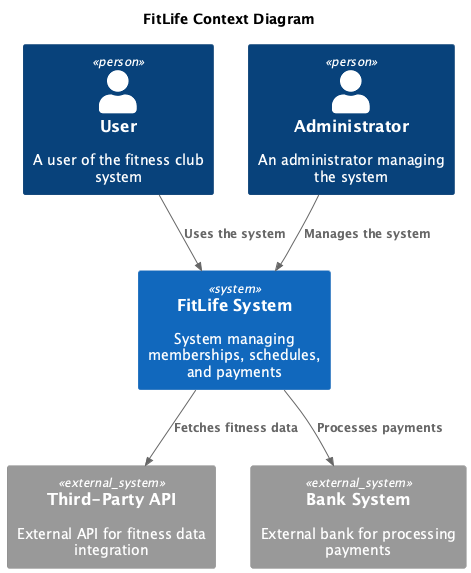
The PlantUML diagram diagrams/context/FitLife_Context.png in olegkudrin/c4-demo, before a commit.
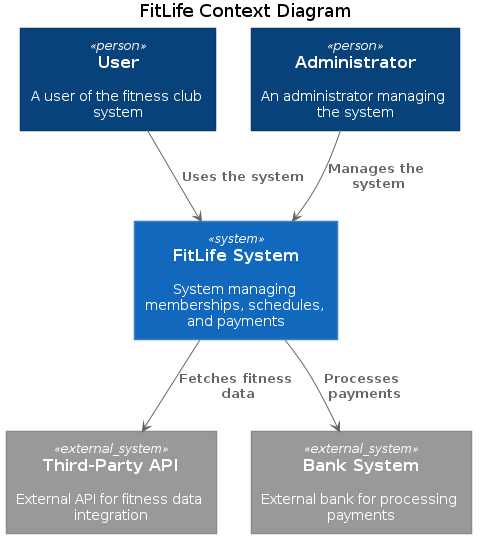
The same file after the commit.

Change to the diagram source:
```diff
@@ -3,18 +3,124 @@
 
 top to bottom direction
 
-!include https://raw.githubusercontent.com/RicardoNiepel/C4-PlantUML/master/C4_Context.puml
 
-Person(user, "User", "A user of the fitness club system")
-Person(admin, "Administrator", "An administrator managing the system")
-System(FitLifeSystem, "FitLife System", "System managing memberships, schedules, and payments")
 
-System_Ext(api, "Third-Party API", "External API for fitness data integration")
-System_Ext(bank, "Bank System", "External bank for processing payments")
 
-Rel(user, FitLifeSystem, "Uses the system")
-Rel(admin, FitLifeSystem, "Manages the system")
-Rel(FitLifeSystem, api, "Fetches fitness data")
-Rel(FitLifeSystem, bank, "Processes payments")
+
+
+skinparam defaultTextAlignment center
+
+skinparam wrapWidth 200
+skinparam maxMessageSize 150
+
+skinparam rectangle {
+    StereotypeFontSize 12
+    shadowing false
+}
+
+skinparam database {
+    StereotypeFontSize 12
+    shadowing false
+}
+
+skinparam Arrow {
+    Color #666666
+    FontColor #666666
+    FontSize 12
+}
+
+skinparam rectangle<<boundary>> {
+    Shadowing false
+    StereotypeFontSize 0
+    FontColor #444444
+    BorderColor #444444
+    BorderStyle dashed
+}
+
+
+
+
+
+
+
+
+
+
+
+
+
+
+
+
+
+
+
+
+
+
+skinparam rectangle<<person>> {
+    StereotypeFontColor #FFFFFF
+    FontColor #FFFFFF
+    BackgroundColor #08427B
+    BorderColor #073B6F
+}
+
+skinparam rectangle<<external_person>> {
+    StereotypeFontColor #FFFFFF
+    FontColor #FFFFFF
+    BackgroundColor #686868
+    BorderColor #8A8A8A
+}
+
+skinparam rectangle<<system>> {
+    StereotypeFontColor #FFFFFF
+    FontColor #FFFFFF
+    BackgroundColor #1168BD
+    BorderColor #3C7FC0
+}
+
+skinparam rectangle<<external_system>> {
+    StereotypeFontColor #FFFFFF
+    FontColor #FFFFFF
+    BackgroundColor #999999
+    BorderColor #8A8A8A
+}
+
+skinparam database<<system>> {
+    StereotypeFontColor #FFFFFF
+    FontColor #FFFFFF
+    BackgroundColor #1168BD
+    BorderColor #3C7FC0
+}
+
+skinparam database<<external_system>> {
+    StereotypeFontColor #FFFFFF
+    FontColor #FFFFFF
+    BackgroundColor #999999
+    BorderColor #8A8A8A
+}
+
+
+
+
+
+
+
+
+
+
+
+
+rectangle "==User\n\n A user of the fitness club system" <<person>> as user
+rectangle "==Administrator\n\n An administrator managing the system" <<person>> as admin
+rectangle "==FitLife System\n\n System managing memberships, schedules, and payments" <<system>> as FitLifeSystem
+
+rectangle "==Third-Party API\n\n External API for fitness data integration" <<external_system>> as api
+rectangle "==Bank System\n\n External bank for processing payments" <<external_system>> as bank
+
+user --> FitLifeSystem : "===Uses the system"
+admin --> FitLifeSystem : "===Manages the system"
+FitLifeSystem --> api : "===Fetches fitness data"
+FitLifeSystem --> bank : "===Processes payments"
 
 @enduml
```
